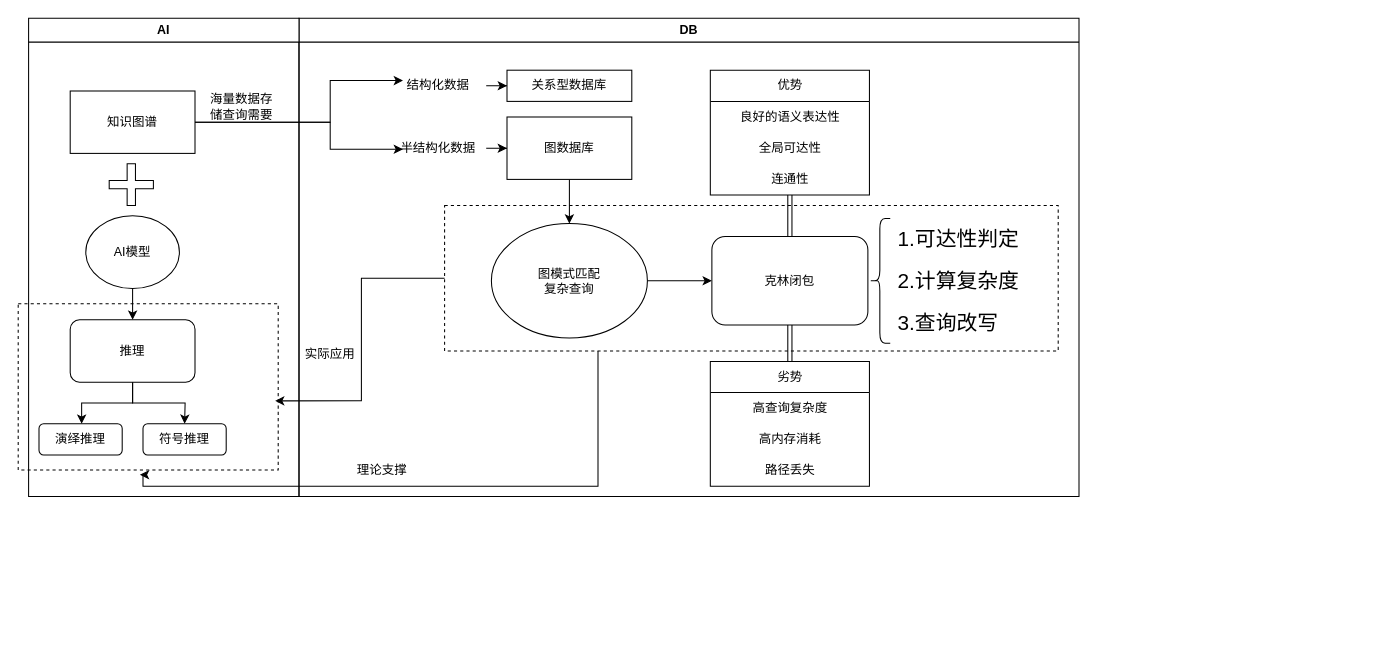
This is 研究背景.drawio from Haosen-Wang/rgznxdff, a draw.io file, before an edit. Source tidied: cells renumbered, new cells numbered last; positions are measured from the earlier drawing's top-left corner, leaving out a move shared by most shapes. Both pictures are drawn from the tidied source at 104%, with x=0, y=0 at pixel (18, 18).
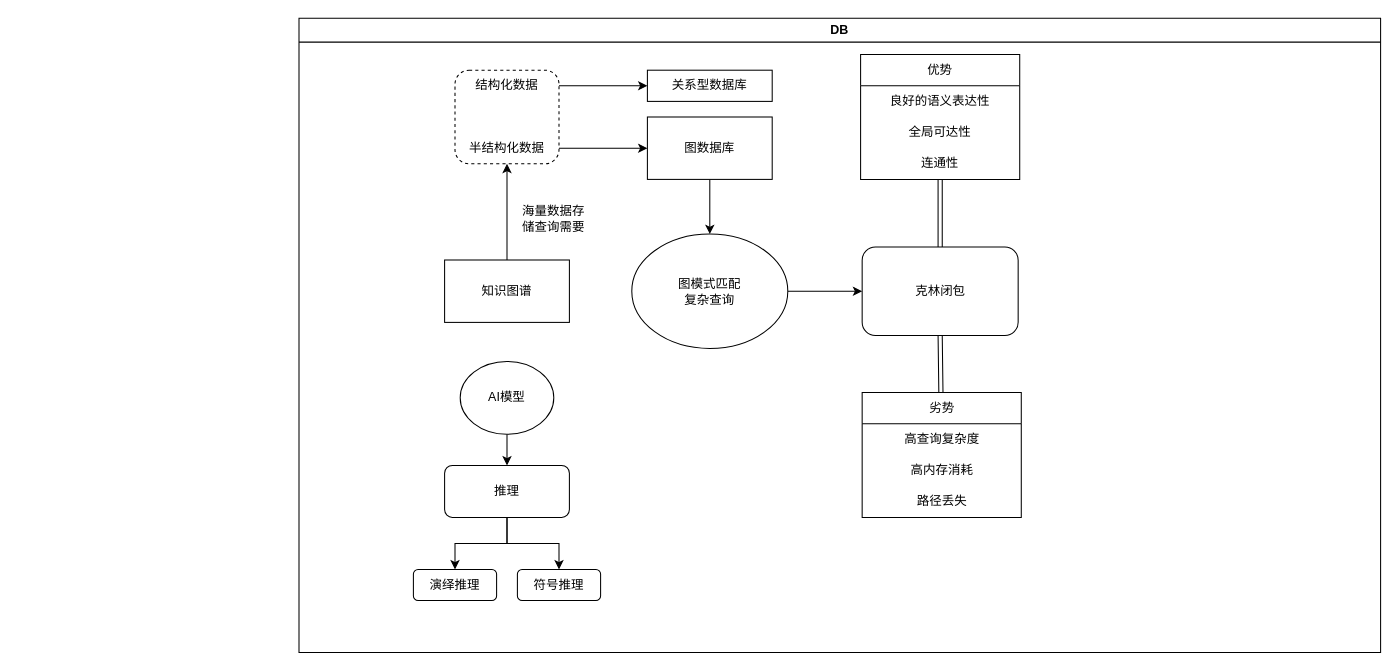
Above is the later version.

Commit message:
更新研究背景.drawio

The change refers to these unchanged cells:
```xml
<mxCell id="25" style="shape=tableRow;horizontal=0;startSize=0;swimlaneHead=0;swimlaneBody=0;strokeColor=inherit;top=0;left=0;bottom=0;right=0;fillColor=none;fontSize=16;" parent="24" vertex="1">
  <mxGeometry width="170" height="39" as="geometry" />
</mxCell>
<mxCell id="27" style="shape=tableRow;horizontal=0;startSize=0;swimlaneHead=0;swimlaneBody=0;strokeColor=inherit;top=0;left=0;bottom=0;right=0;fillColor=none;fontSize=16;" parent="24" vertex="1">
  <mxGeometry y="39" width="170" height="41" as="geometry" />
</mxCell>
<mxCell id="29" style="shape=tableRow;horizontal=0;startSize=0;swimlaneHead=0;swimlaneBody=0;strokeColor=inherit;top=0;left=0;bottom=0;right=0;fillColor=none;fontSize=16;" parent="24" vertex="1">
  <mxGeometry y="80" width="170" height="38" as="geometry" />
</mxCell>
```

Diff of the diagram source:
```diff
@@
     <mxCell id="2" value="DB" style="swimlane;whiteSpace=wrap;html=1;align=center;" parent="1" vertex="1">
-      <mxGeometry x="270" width="750" height="460" as="geometry" />
+      <mxGeometry x="270" width="1040" height="610" as="geometry" />
     </mxCell>
@@
     <mxCell id="4" value="结构化数据" style="text;html=1;align=center;verticalAlign=middle;whiteSpace=wrap;rounded=0;" parent="2" vertex="1">
-      <mxGeometry x="84" y="50" width="100" height="30" as="geometry" />
+      <mxGeometry x="150" y="50" width="100" height="30" as="geometry" />
     </mxCell>
@@
     <mxCell id="6" value="半结构化数据" style="text;html=1;align=center;verticalAlign=middle;whiteSpace=wrap;rounded=0;" parent="2" vertex="1">
-      <mxGeometry x="84" y="110" width="100" height="30" as="geometry" />
+      <mxGeometry x="150" y="110" width="100" height="30" as="geometry" />
     </mxCell>
     <mxCell id="7" value="关系型数据库" style="rounded=0;whiteSpace=wrap;html=1;" parent="2" vertex="1">
-      <mxGeometry x="200" y="50" width="120" height="30" as="geometry" />
+      <mxGeometry x="335" y="50" width="120" height="30" as="geometry" />
     </mxCell>
@@
     <mxCell id="9" value="图数据库" style="rounded=0;whiteSpace=wrap;html=1;" parent="2" vertex="1">
-      <mxGeometry x="200" y="95" width="120" height="60" as="geometry" />
+      <mxGeometry x="335" y="95" width="120" height="60" as="geometry" />
     </mxCell>
@@
     <mxCell id="11" value="图模式匹配&lt;div&gt;复杂查询&lt;/div&gt;" style="ellipse;whiteSpace=wrap;html=1;" parent="2" vertex="1">
-      <mxGeometry x="185" y="197.5" width="150" height="110" as="geometry" />
+      <mxGeometry x="320" y="207.5" width="150" height="110" as="geometry" />
     </mxCell>
     <mxCell id="12" value="克林闭包" style="rounded=1;whiteSpace=wrap;html=1;" parent="2" vertex="1">
-      <mxGeometry x="397" y="210" width="150" height="85" as="geometry" />
+      <mxGeometry x="541.5" y="220" width="150" height="85" as="geometry" />
     </mxCell>
@@
     <mxCell id="14" value="优势" style="swimlane;fontStyle=0;horizontal=1;startSize=30;whiteSpace=wrap;html=1;" parent="2" vertex="1">
-      <mxGeometry x="395.5" y="50" width="153" height="120" as="geometry" />
+      <mxGeometry x="540" y="35" width="153" height="120" as="geometry" />
     </mxCell>
@@
     <mxCell id="19" value="劣势" style="swimlane;fontStyle=0;horizontal=1;startSize=30;whiteSpace=wrap;html=1;" parent="2" vertex="1">
-      <mxGeometry x="395.5" y="330" width="153" height="120" as="geometry" />
+      <mxGeometry x="541.5" y="360" width="153" height="120" as="geometry" />
     </mxCell>
@@
-    <mxCell id="23" style="shape=curlyBracket;whiteSpace=wrap;html=1;rounded=1;labelPosition=left;verticalLabelPosition=middle;align=right;verticalAlign=middle;" parent="2" vertex="1">
-      <mxGeometry x="548.5" y="192.5" width="20" height="120" as="geometry" />
-    </mxCell>
@@
-    <mxCell id="26" value="1.可达性判定" style="shape=partialRectangle;html=1;whiteSpace=wrap;strokeColor=inherit;overflow=hidden;fillColor=none;top=0;left=0;bottom=0;right=0;fontSize=20;align=left;spacingLeft=5;" parent="25" vertex="1">
+    <mxCell id="26" style="shape=partialRectangle;html=1;whiteSpace=wrap;strokeColor=inherit;overflow=hidden;fillColor=none;top=0;left=0;bottom=0;right=0;fontSize=20;align=left;spacingLeft=5;" parent="25" vertex="1">
       <mxGeometry width="170" height="39" as="geometry" />
     </mxCell>
@@
-    <mxCell id="28" value="2.计算复杂度" style="shape=partialRectangle;html=1;whiteSpace=wrap;strokeColor=inherit;overflow=hidden;fillColor=none;top=0;left=0;bottom=0;right=0;fontSize=20;align=left;spacingLeft=5;" parent="27" vertex="1">
+    <mxCell id="28" style="shape=partialRectangle;html=1;whiteSpace=wrap;strokeColor=inherit;overflow=hidden;fillColor=none;top=0;left=0;bottom=0;right=0;fontSize=20;align=left;spacingLeft=5;" parent="27" vertex="1">
       <mxGeometry width="170" height="41" as="geometry" />
     </mxCell>
@@
-    <mxCell id="30" value="3.查询改写" style="shape=partialRectangle;html=1;whiteSpace=wrap;strokeColor=inherit;overflow=hidden;fillColor=none;top=0;left=0;bottom=0;right=0;fontSize=20;align=left;spacingLeft=5;" parent="29" vertex="1">
+    <mxCell id="30" style="shape=partialRectangle;html=1;whiteSpace=wrap;strokeColor=inherit;overflow=hidden;fillColor=none;top=0;left=0;bottom=0;right=0;fontSize=20;align=left;spacingLeft=5;" parent="29" vertex="1">
       <mxGeometry width="170" height="38" as="geometry" />
     </mxCell>
-    <mxCell id="31" style="rounded=0;whiteSpace=wrap;html=1;fillColor=none;dashed=1;" parent="2" vertex="1">
-      <mxGeometry x="140" y="180" width="590" height="140" as="geometry" />
-    </mxCell>
-    <mxCell id="32" value="实际应用" style="text;html=1;align=center;verticalAlign=middle;whiteSpace=wrap;rounded=0;" parent="2" vertex="1">
-      <mxGeometry y="307.5" width="60" height="30" as="geometry" />
-    </mxCell>
-    <mxCell id="33" value="理论支撑" style="text;html=1;align=center;verticalAlign=middle;whiteSpace=wrap;rounded=0;" parent="2" vertex="1">
-      <mxGeometry x="50" y="420" width="60" height="30" as="geometry" />
-    </mxCell>
-    <mxCell id="34" style="edgeStyle=orthogonalEdgeStyle;rounded=0;jettySize=auto;html=1;" parent="1" edge="1" source="37">
-      <mxGeometry relative="1" as="geometry">
-        <mxPoint x="370" y="60" as="targetPoint" />
-        <Array as="points">
-          <mxPoint x="300" y="100" />
-          <mxPoint x="300" y="60" />
-        </Array>
-      </mxGeometry>
-    </mxCell>
-    <mxCell id="35" style="edgeStyle=orthogonalEdgeStyle;rounded=0;jettySize=auto;html=1;" parent="1" edge="1" source="37">
-      <mxGeometry relative="1" as="geometry">
-        <mxPoint x="370" y="126" as="targetPoint" />
-        <Array as="points">
-          <mxPoint x="300" y="100" />
-          <mxPoint x="300" y="126" />
-        </Array>
-      </mxGeometry>
-    </mxCell>
-    <mxCell id="36" value="AI" style="swimlane;whiteSpace=wrap;html=1;" parent="1" vertex="1">
-      <mxGeometry x="10" width="260" height="460" as="geometry" />
-    </mxCell>
+    <mxCell id="50" style="edgeStyle=orthogonalEdgeStyle;rounded=0;jettySize=auto;html=1;entryX=0.5;entryY=1;entryDx=0;entryDy=0;" parent="2" edge="1" source="37" target="51">
+      <mxGeometry relative="1" as="geometry" />
+    </mxCell>
-    <mxCell id="37" value="知识图谱" style="rounded=0;whiteSpace=wrap;html=1;" parent="36" vertex="1">
-      <mxGeometry x="40" y="70" width="120" height="60" as="geometry" />
+    <mxCell id="37" value="知识图谱" style="rounded=0;whiteSpace=wrap;html=1;" parent="2" vertex="1">
+      <mxGeometry x="140" y="232.5" width="120" height="60" as="geometry" />
     </mxCell>
+    <mxCell id="47" value="海量数据存储查询需要" style="text;html=1;align=center;verticalAlign=middle;whiteSpace=wrap;rounded=0;" parent="2" vertex="1">
+      <mxGeometry x="210" y="177.5" width="70" height="30" as="geometry" />
+    </mxCell>
+    <mxCell id="42" style="edgeStyle=orthogonalEdgeStyle;rounded=0;jettySize=auto;html=1;entryX=0.5;entryY=0;entryDx=0;entryDy=0;" parent="2" edge="1" source="38" target="41">
+      <mxGeometry relative="1" as="geometry" />
+    </mxCell>
-    <mxCell id="38" value="AI模型" style="ellipse;whiteSpace=wrap;html=1;" parent="36" vertex="1">
-      <mxGeometry x="55" y="190" width="90" height="70" as="geometry" />
+    <mxCell id="38" value="AI模型" style="ellipse;whiteSpace=wrap;html=1;" parent="2" vertex="1">
+      <mxGeometry x="155" y="330" width="90" height="70" as="geometry" />
     </mxCell>
-    <mxCell id="39" style="shape=cross;whiteSpace=wrap;html=1;" parent="36" vertex="1">
-      <mxGeometry x="77.5" y="140" width="42.5" height="40" as="geometry" />
-    </mxCell>
-    <mxCell id="40" style="edgeStyle=orthogonalEdgeStyle;rounded=0;jettySize=auto;html=1;" parent="36" edge="1" source="41">
-      <mxGeometry relative="1" as="geometry">
-        <mxPoint x="150" y="390" as="targetPoint" />
-      </mxGeometry>
-    </mxCell>
+    <mxCell id="51" style="rounded=1;whiteSpace=wrap;html=1;fillColor=none;strokeColor=default;dashed=1;" parent="2" vertex="1">
+      <mxGeometry x="150" y="50" width="100" height="90" as="geometry" />
+    </mxCell>
+    <mxCell id="44" style="edgeStyle=orthogonalEdgeStyle;rounded=0;jettySize=auto;html=1;entryX=0.5;entryY=0;entryDx=0;entryDy=0;" parent="2" edge="1" source="41" target="43">
+      <mxGeometry relative="1" as="geometry" />
+    </mxCell>
+    <mxCell id="52" style="edgeStyle=orthogonalEdgeStyle;rounded=0;jettySize=auto;html=1;entryX=0.5;entryY=0;entryDx=0;entryDy=0;" parent="2" edge="1" source="41" target="45">
+      <mxGeometry relative="1" as="geometry" />
+    </mxCell>
-    <mxCell id="41" value="推理" style="rounded=1;whiteSpace=wrap;html=1;" parent="36" vertex="1">
-      <mxGeometry x="40" y="290" width="120" height="60" as="geometry" />
+    <mxCell id="41" value="推理" style="rounded=1;whiteSpace=wrap;html=1;" parent="2" vertex="1">
+      <mxGeometry x="140" y="430" width="120" height="50" as="geometry" />
     </mxCell>
-    <mxCell id="42" style="edgeStyle=orthogonalEdgeStyle;rounded=0;jettySize=auto;html=1;" parent="36" edge="1" source="38" target="41">
-      <mxGeometry relative="1" as="geometry" />
-    </mxCell>
-    <mxCell id="43" value="演绎推理" style="rounded=1;whiteSpace=wrap;html=1;" parent="36" vertex="1">
-      <mxGeometry x="10" y="390" width="80" height="30" as="geometry" />
+    <mxCell id="43" value="演绎推理" style="rounded=1;whiteSpace=wrap;html=1;" parent="2" vertex="1">
+      <mxGeometry x="110" y="530" width="80" height="30" as="geometry" />
     </mxCell>
-    <mxCell id="44" style="edgeStyle=orthogonalEdgeStyle;rounded=0;jettySize=auto;html=1;" parent="36" edge="1" source="41" target="43">
-      <mxGeometry relative="1" as="geometry">
-        <Array as="points">
-          <mxPoint x="100" y="370" />
-          <mxPoint x="51" y="370" />
-        </Array>
-      </mxGeometry>
-    </mxCell>
-    <mxCell id="45" value="符号推理" style="rounded=1;whiteSpace=wrap;html=1;" parent="36" vertex="1">
-      <mxGeometry x="110" y="390" width="80" height="30" as="geometry" />
+    <mxCell id="45" value="符号推理" style="rounded=1;whiteSpace=wrap;html=1;" parent="2" vertex="1">
+      <mxGeometry x="210" y="530" width="80" height="30" as="geometry" />
     </mxCell>
-    <mxCell id="46" style="rounded=0;whiteSpace=wrap;html=1;fillColor=none;dashed=1;" parent="36" vertex="1">
-      <mxGeometry x="-10" y="274.5" width="250" height="160" as="geometry" />
-    </mxCell>
-    <mxCell id="47" value="海量数据存储查询需要" style="text;html=1;align=center;verticalAlign=middle;whiteSpace=wrap;rounded=0;" parent="36" vertex="1">
-      <mxGeometry x="170" y="70" width="70" height="30" as="geometry" />
-    </mxCell>
-    <mxCell id="48" style="edgeStyle=orthogonalEdgeStyle;rounded=0;jettySize=auto;html=1;exitX=0;exitY=0.5;exitDx=0;exitDy=0;entryX=0.988;entryY=0.584;entryDx=0;entryDy=0;entryPerimeter=0;" parent="1" edge="1" source="31" target="46">
-      <mxGeometry relative="1" as="geometry" />
-    </mxCell>
-    <mxCell id="49" style="edgeStyle=orthogonalEdgeStyle;rounded=0;jettySize=auto;html=1;exitX=0.25;exitY=1;exitDx=0;exitDy=0;entryX=0.468;entryY=1.028;entryDx=0;entryDy=0;entryPerimeter=0;" parent="1" edge="1" source="31" target="46">
-      <mxGeometry relative="1" as="geometry">
-        <Array as="points">
-          <mxPoint x="558" y="450" />
-          <mxPoint x="120" y="450" />
-          <mxPoint x="120" y="439" />
-        </Array>
-      </mxGeometry>
-    </mxCell>
```
